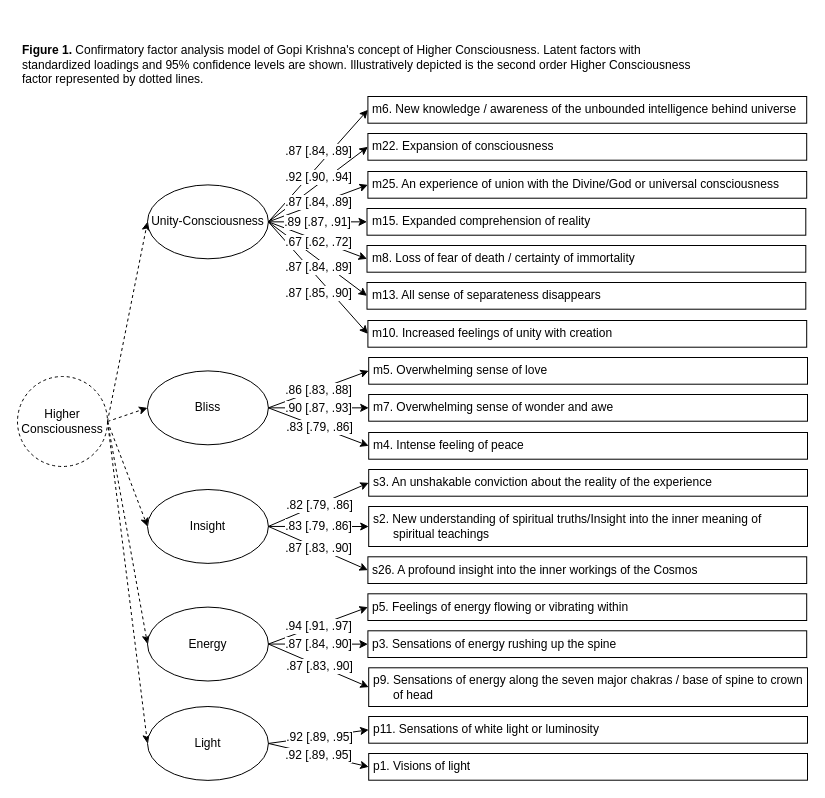
Before: documents/HC-HigherOrder.drawio in emergingsciences/discover, a draw.io diagram. Source tidied: cells renumbered, new cells numbered last; positions are measured from the earlier drawing's top-left corner, leaving out a move shared by most shapes. Both pictures are drawn from the tidied source at 100%, with x=0, y=0 at pixel (17, 27).
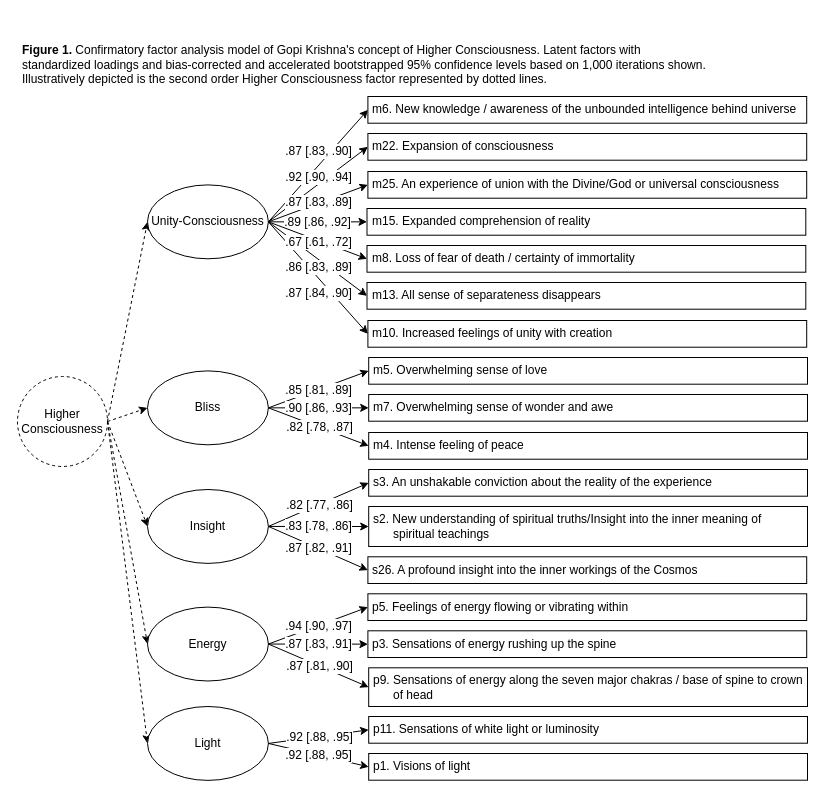
The same page after the edit.

The change refers to these unchanged cells:
```xml
<mxCell id="9" value="Unity-Consciousness" style="ellipse;whiteSpace=wrap;html=1;fontSize=12;" parent="1" vertex="1">
  <mxGeometry x="130" y="157.4" width="120.9" height="73.9" as="geometry" />
</mxCell>
<mxCell id="13" style="endArrow=classic;html=1;rounded=0;entryX=0;entryY=0.5;entryDx=0;entryDy=0;exitX=1;exitY=0.5;exitDx=0;exitDy=0;fontSize=12;" parent="1" edge="1" source="10" target="57">
  <mxGeometry relative="1" as="geometry" />
</mxCell>
<mxCell id="15" style="endArrow=classic;html=1;rounded=0;entryX=0;entryY=0.5;entryDx=0;entryDy=0;exitX=1;exitY=0.5;exitDx=0;exitDy=0;fontSize=12;" parent="1" edge="1" source="10" target="58">
  <mxGeometry relative="1" as="geometry" />
</mxCell>
<mxCell id="17" style="endArrow=classic;html=1;rounded=0;entryX=0;entryY=0.5;entryDx=0;entryDy=0;exitX=1;exitY=0.5;exitDx=0;exitDy=0;fontSize=12;" parent="1" edge="1" source="10" target="59">
  <mxGeometry relative="1" as="geometry" />
</mxCell>
<mxCell id="20" style="endArrow=classic;html=1;rounded=0;entryX=0;entryY=0.5;entryDx=0;entryDy=0;exitX=1;exitY=0.5;exitDx=0;exitDy=0;fontSize=12;" parent="1" edge="1" source="19" target="60">
  <mxGeometry relative="1" as="geometry" />
</mxCell>
<mxCell id="22" style="endArrow=classic;html=1;rounded=0;entryX=0;entryY=0.5;entryDx=0;entryDy=0;exitX=1;exitY=0.5;exitDx=0;exitDy=0;fontSize=12;" parent="1" edge="1" source="19" target="61">
  <mxGeometry relative="1" as="geometry" />
</mxCell>
<mxCell id="24" style="endArrow=classic;html=1;rounded=0;entryX=0;entryY=0.5;entryDx=0;entryDy=0;exitX=1;exitY=0.5;exitDx=0;exitDy=0;fontSize=12;" parent="1" edge="1" source="11" target="62">
  <mxGeometry relative="1" as="geometry" />
</mxCell>
<mxCell id="26" style="endArrow=classic;html=1;rounded=0;entryX=0;entryY=0.5;entryDx=0;entryDy=0;exitX=1;exitY=0.5;exitDx=0;exitDy=0;fontSize=12;" parent="1" edge="1" source="11" target="63">
  <mxGeometry relative="1" as="geometry" />
</mxCell>
<mxCell id="28" style="endArrow=classic;html=1;rounded=0;entryX=0;entryY=0.5;entryDx=0;entryDy=0;exitX=1;exitY=0.5;exitDx=0;exitDy=0;fontSize=12;" parent="1" edge="1" source="11" target="64">
  <mxGeometry relative="1" as="geometry" />
</mxCell>
<mxCell id="30" style="endArrow=classic;html=1;rounded=0;entryX=0;entryY=0.5;entryDx=0;entryDy=0;exitX=1;exitY=0.5;exitDx=0;exitDy=0;fontSize=12;" parent="1" edge="1" source="12" target="65">
  <mxGeometry relative="1" as="geometry" />
</mxCell>
<mxCell id="32" style="endArrow=classic;html=1;rounded=0;entryX=0;entryY=0.5;entryDx=0;entryDy=0;exitX=1;exitY=0.5;exitDx=0;exitDy=0;fontSize=12;" parent="1" edge="1" source="12" target="66">
  <mxGeometry relative="1" as="geometry" />
</mxCell>
<mxCell id="34" style="endArrow=classic;html=1;rounded=0;exitX=1;exitY=0.5;exitDx=0;exitDy=0;entryX=0;entryY=0.5;entryDx=0;entryDy=0;fontSize=12;" parent="1" edge="1" source="9" target="50">
  <mxGeometry relative="1" as="geometry" />
</mxCell>
<mxCell id="36" style="endArrow=classic;html=1;rounded=0;entryX=0;entryY=0.5;entryDx=0;entryDy=0;exitX=1;exitY=0.5;exitDx=0;exitDy=0;fontSize=12;" parent="1" edge="1" source="9" target="56">
  <mxGeometry relative="1" as="geometry" />
</mxCell>
<mxCell id="38" style="endArrow=classic;html=1;rounded=0;entryX=0;entryY=0.5;entryDx=0;entryDy=0;exitX=1;exitY=0.5;exitDx=0;exitDy=0;fontSize=12;" parent="1" edge="1" source="9" target="55">
  <mxGeometry relative="1" as="geometry" />
</mxCell>
<mxCell id="46" style="endArrow=classic;html=1;rounded=0;entryX=0;entryY=0.5;entryDx=0;entryDy=0;exitX=1;exitY=0.5;exitDx=0;exitDy=0;fontSize=12;" parent="1" edge="1" source="9" target="53">
  <mxGeometry relative="1" as="geometry" />
</mxCell>
<mxCell id="48" style="endArrow=classic;html=1;rounded=0;entryX=0;entryY=0.5;entryDx=0;entryDy=0;exitX=1;exitY=0.5;exitDx=0;exitDy=0;fontSize=12;" parent="1" edge="1" source="19" target="67">
  <mxGeometry relative="1" as="geometry" />
</mxCell>
<mxCell id="51" value="&lt;div style=&quot;font-size: 12px;&quot;&gt;m22. Expansion of consciousness&lt;/div&gt;" style="rounded=0;whiteSpace=wrap;html=1;align=left;spacingLeft=3;fontSize=12;" parent="1" vertex="1">
  <mxGeometry x="350.4" y="106" width="438.8" height="26.7" as="geometry" />
</mxCell>
<mxCell id="52" value="m25. An experience of union with the Divine/God or universal consciousness" style="rounded=0;whiteSpace=wrap;html=1;align=left;spacingLeft=3;fontSize=12;" parent="1" vertex="1">
  <mxGeometry x="350.4" y="144" width="438.8" height="26.7" as="geometry" />
</mxCell>
<mxCell id="54" value="m8. Loss of fear of death / certainty of immortality" style="rounded=0;whiteSpace=wrap;html=1;align=left;spacingLeft=3;fontSize=12;" parent="1" vertex="1">
  <mxGeometry x="349.5" y="218" width="438.8" height="26.7" as="geometry" />
</mxCell>
```

What changed in the source:
```diff
@@
-    <mxCell id="2" value="&lt;br&gt;&lt;p&gt;&lt;b&gt;Figure 1.&lt;/b&gt; Confirmatory factor analysis model of Gopi Krishna's concept of Higher Consciousness. Latent factors with standardized loadings and 95% confidence levels are shown. Illustratively depicted is the second order Higher Consciousness factor represented by dotted lines.&lt;br&gt;&lt;/p&gt;" style="text;html=1;strokeColor=none;fillColor=none;spacing=5;spacingTop=-20;whiteSpace=wrap;overflow=hidden;rounded=0;" parent="1" vertex="1">
+    <mxCell id="2" value="&lt;br&gt;&lt;p&gt;&lt;b&gt;Figure 1.&lt;/b&gt; Confirmatory factor analysis model of Gopi Krishna's concept of Higher Consciousness. Latent factors with standardized loadings and bias-corrected and accelerated bootstrapped 95% confidence levels based on 1,000 iterations shown. Illustratively depicted is the second order Higher Consciousness factor represented by dotted lines.&lt;br&gt;&lt;/p&gt;" style="text;html=1;strokeColor=none;fillColor=none;spacing=5;spacingTop=-20;whiteSpace=wrap;overflow=hidden;rounded=0;" parent="1" vertex="1">
       <mxGeometry width="696" height="63" as="geometry" />
     </mxCell>
@@
-    <mxCell id="14" value=".86 [.83, .88]" style="edgeLabel;html=1;align=center;verticalAlign=middle;fontSize=12;" parent="13" vertex="1">
+    <mxCell id="14" value=".85 [.81, .89]" style="edgeLabel;html=1;align=center;verticalAlign=middle;fontSize=12;" parent="13" vertex="1">
       <mxGeometry relative="1" as="geometry" />
     </mxCell>
@@
-    <mxCell id="16" value=".90 [.87, .93]" style="edgeLabel;html=1;align=center;verticalAlign=middle;fontSize=12;" parent="15" vertex="1">
+    <mxCell id="16" value=".90 [.86, .93]" style="edgeLabel;html=1;align=center;verticalAlign=middle;fontSize=12;" parent="15" vertex="1">
       <mxGeometry relative="1" as="geometry" />
     </mxCell>
@@
-    <mxCell id="18" value=".83 [.79, .86]" style="edgeLabel;html=1;align=center;verticalAlign=middle;fontSize=12;" parent="17" vertex="1">
+    <mxCell id="18" value=".82 [.78, .87]" style="edgeLabel;html=1;align=center;verticalAlign=middle;fontSize=12;" parent="17" vertex="1">
       <mxGeometry relative="1" as="geometry" />
     </mxCell>
@@
-    <mxCell id="21" value=".82 [.79, .86]" style="edgeLabel;html=1;align=center;verticalAlign=middle;fontSize=12;" parent="20" vertex="1">
+    <mxCell id="21" value=".82 [.77, .86]" style="edgeLabel;html=1;align=center;verticalAlign=middle;fontSize=12;" parent="20" vertex="1">
       <mxGeometry relative="1" as="geometry" />
     </mxCell>
@@
-    <mxCell id="23" value=".83 [.79, .86]" style="edgeLabel;html=1;align=center;verticalAlign=middle;fontSize=12;" parent="22" vertex="1">
+    <mxCell id="23" value=".83 [.78, .86]" style="edgeLabel;html=1;align=center;verticalAlign=middle;fontSize=12;" parent="22" vertex="1">
       <mxGeometry relative="1" as="geometry" />
     </mxCell>
@@
-    <mxCell id="25" value=".94 [.91, .97]" style="edgeLabel;html=1;align=center;verticalAlign=middle;fontSize=12;" parent="24" vertex="1">
+    <mxCell id="25" value=".94 [.90, .97]" style="edgeLabel;html=1;align=center;verticalAlign=middle;fontSize=12;" parent="24" vertex="1">
       <mxGeometry relative="1" as="geometry" />
     </mxCell>
@@
-    <mxCell id="27" value=".87 [.84, .90]" style="edgeLabel;html=1;align=center;verticalAlign=middle;fontSize=12;" parent="26" vertex="1">
+    <mxCell id="27" value=".87 [.83, .91]" style="edgeLabel;html=1;align=center;verticalAlign=middle;fontSize=12;" parent="26" vertex="1">
       <mxGeometry relative="1" as="geometry" />
     </mxCell>
@@
-    <mxCell id="29" value=".87 [.83, .90]" style="edgeLabel;html=1;align=center;verticalAlign=middle;fontSize=12;" parent="28" vertex="1">
+    <mxCell id="29" value=".87 [.81, .90]" style="edgeLabel;html=1;align=center;verticalAlign=middle;fontSize=12;" parent="28" vertex="1">
       <mxGeometry relative="1" as="geometry" />
     </mxCell>
@@
-    <mxCell id="31" value=".92 [.89, .95]" style="edgeLabel;html=1;align=center;verticalAlign=middle;fontSize=12;" parent="30" vertex="1">
+    <mxCell id="31" value=".92 [.88, .95]" style="edgeLabel;html=1;align=center;verticalAlign=middle;fontSize=12;" parent="30" vertex="1">
       <mxGeometry relative="1" as="geometry" />
     </mxCell>
@@
-    <mxCell id="33" value=".92 [.89, .95]" style="edgeLabel;html=1;align=center;verticalAlign=middle;fontSize=12;" parent="32" vertex="1">
+    <mxCell id="33" value=".92 [.88, .95]" style="edgeLabel;html=1;align=center;verticalAlign=middle;fontSize=12;" parent="32" vertex="1">
       <mxGeometry relative="1" as="geometry" />
     </mxCell>
@@
-    <mxCell id="35" value=".87 [.84, .89]" style="edgeLabel;html=1;align=center;verticalAlign=middle;spacingBottom=30;fontSize=12;" parent="34" vertex="1">
+    <mxCell id="35" value=".87 [.83, .90]" style="edgeLabel;html=1;align=center;verticalAlign=middle;spacingBottom=30;fontSize=12;" parent="34" vertex="1">
       <mxGeometry relative="1" as="geometry" />
     </mxCell>
@@
-    <mxCell id="37" value=".87 [.85, .90]" style="edgeLabel;html=1;align=center;verticalAlign=middle;labelBorderColor=none;spacingTop=30;fontSize=12;" parent="36" vertex="1">
+    <mxCell id="37" value=".87 [.84, .90]" style="edgeLabel;html=1;align=center;verticalAlign=middle;labelBorderColor=none;spacingTop=30;fontSize=12;" parent="36" vertex="1">
       <mxGeometry relative="1" as="geometry" />
     </mxCell>
@@
-    <mxCell id="39" value=".87 [.84, .89]" style="edgeLabel;html=1;align=center;verticalAlign=middle;spacingTop=16;fontSize=12;" parent="38" vertex="1">
+    <mxCell id="39" value=".86 [.83, .89]" style="edgeLabel;html=1;align=center;verticalAlign=middle;spacingTop=16;fontSize=12;" parent="38" vertex="1">
       <mxGeometry relative="1" as="geometry" />
     </mxCell>
-    <mxCell id="40" style="endArrow=classic;html=1;rounded=0;exitX=1;exitY=0.5;exitDx=0;exitDy=0;entryX=0;entryY=0.5;entryDx=0;entryDy=0;fontSize=12;" parent="1" edge="1" source="9" target="51">
-      <mxGeometry relative="1" as="geometry" />
-    </mxCell>
-    <mxCell id="41" value=".92 [.90, .94]" style="edgeLabel;html=1;align=center;verticalAlign=middle;spacingBottom=16;fontSize=12;" parent="40" vertex="1">
-      <mxGeometry relative="1" as="geometry" />
-    </mxCell>
-    <mxCell id="42" style="endArrow=classic;html=1;rounded=0;exitX=1;exitY=0.5;exitDx=0;exitDy=0;entryX=0;entryY=0.5;entryDx=0;entryDy=0;fontSize=12;" parent="1" edge="1" source="9" target="52">
-      <mxGeometry relative="1" as="geometry" />
-    </mxCell>
-    <mxCell id="43" value=".87 [.84, .89]" style="edgeLabel;html=1;align=center;verticalAlign=middle;spacingBottom=3;fontSize=12;" parent="42" vertex="1">
-      <mxGeometry relative="1" as="geometry" />
-    </mxCell>
-    <mxCell id="44" style="endArrow=classic;html=1;rounded=0;entryX=0;entryY=0.5;entryDx=0;entryDy=0;exitX=1;exitY=0.5;exitDx=0;exitDy=0;fontSize=12;" parent="1" edge="1" source="9" target="54">
-      <mxGeometry relative="1" as="geometry" />
-    </mxCell>
-    <mxCell id="45" value=".67 [.62, .72]" style="edgeLabel;html=1;align=center;verticalAlign=middle;spacingTop=3;fontSize=12;" parent="44" vertex="1">
-      <mxGeometry relative="1" as="geometry" />
-    </mxCell>
@@
-    <mxCell id="47" value=".89 [.87, .91]" style="edgeLabel;html=1;align=center;verticalAlign=middle;spacingTop=0;fontSize=12;" parent="46" vertex="1">
+    <mxCell id="47" value=".89 [.86, .92]" style="edgeLabel;html=1;align=center;verticalAlign=middle;spacingTop=0;fontSize=12;" parent="46" vertex="1">
       <mxGeometry relative="1" as="geometry" />
     </mxCell>
@@
-    <mxCell id="49" value=".87 [.83, .90]" style="edgeLabel;html=1;align=center;verticalAlign=middle;fontSize=12;" parent="48" vertex="1">
+    <mxCell id="49" value=".87 [.82, .91]" style="edgeLabel;html=1;align=center;verticalAlign=middle;fontSize=12;" parent="48" vertex="1">
       <mxGeometry relative="1" as="geometry" />
     </mxCell>
@@
+    <mxCell id="44" style="endArrow=classic;html=1;rounded=0;entryX=0;entryY=0.5;entryDx=0;entryDy=0;exitX=1;exitY=0.5;exitDx=0;exitDy=0;fontSize=12;" parent="1" edge="1" source="9" target="54">
+      <mxGeometry relative="1" as="geometry" />
+    </mxCell>
+    <mxCell id="45" value=".67 [.61, .72]" style="edgeLabel;html=1;align=center;verticalAlign=middle;spacingTop=3;fontSize=12;" parent="44" vertex="1">
+      <mxGeometry relative="1" as="geometry" />
+    </mxCell>
+    <mxCell id="40" style="endArrow=classic;html=1;rounded=0;exitX=1;exitY=0.5;exitDx=0;exitDy=0;entryX=0;entryY=0.5;entryDx=0;entryDy=0;fontSize=12;" parent="1" edge="1" source="9" target="51">
+      <mxGeometry relative="1" as="geometry" />
+    </mxCell>
+    <mxCell id="41" value=".92 [.90, .94]" style="edgeLabel;html=1;align=center;verticalAlign=middle;spacingBottom=16;fontSize=12;" parent="40" vertex="1">
+      <mxGeometry relative="1" as="geometry" />
+    </mxCell>
+    <mxCell id="42" style="endArrow=classic;html=1;rounded=0;exitX=1;exitY=0.5;exitDx=0;exitDy=0;entryX=0;entryY=0.5;entryDx=0;entryDy=0;fontSize=12;" parent="1" edge="1" source="9" target="52">
+      <mxGeometry relative="1" as="geometry" />
+    </mxCell>
+    <mxCell id="43" value=".87 [.83, .89]" style="edgeLabel;html=1;align=center;verticalAlign=middle;spacingBottom=3;fontSize=12;" parent="42" vertex="1">
+      <mxGeometry relative="1" as="geometry" />
+    </mxCell>
```
